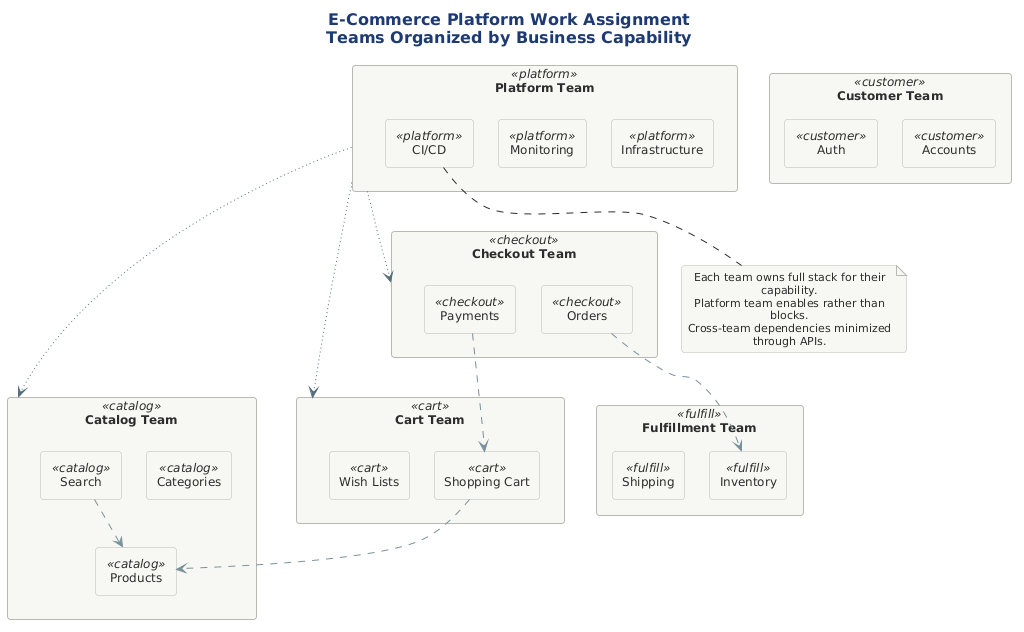
Earlier version of the PlantUML export src/architecture/views-and-beyond/style-catalogs/allocation/work-assignment-style/png/09-ecommerce-example.png (Notoriousjayy/latex-docs). Its diagram source:
```plantuml
@startuml 09-ecommerce-example
!include ../../../../../../tooling/styles/plantuml/structural/component-diagram-style.iuml

skinparam nodesep 25
skinparam ranksep 20

title <b>E-Commerce Platform Work Assignment</b>\nTeams Organized by Business Capability

rectangle "**Catalog Team**" as cat_team <<catalog>> {
    rectangle "Products" as prod <<catalog>>
    rectangle "Categories" as cat <<catalog>>
    rectangle "Search" as search <<catalog>>
}

rectangle "**Cart Team**" as cart_team <<cart>> {
    rectangle "Shopping Cart" as cart <<cart>>
    rectangle "Wish Lists" as wish <<cart>>
}

rectangle "**Checkout Team**" as check_team <<checkout>> {
    rectangle "Payments" as pay <<checkout>>
    rectangle "Orders" as ord <<checkout>>
}

rectangle "**Fulfillment Team**" as fulfill_team <<fulfill>> {
    rectangle "Inventory" as inv <<fulfill>>
    rectangle "Shipping" as ship <<fulfill>>
}

rectangle "**Customer Team**" as cust_team <<customer>> {
    rectangle "Accounts" as acct <<customer>>
    rectangle "Auth" as auth <<customer>>
}

rectangle "**Platform Team**" as plat_team <<platform>> {
    rectangle "Infrastructure" as infra <<platform>>
    rectangle "Monitoring" as mon <<platform>>
    rectangle "CI/CD" as cicd <<platform>>
}

search -[#78909C,dashed]-> prod
cart -[#78909C,dashed]-> prod
pay -[#78909C,dashed]-> cart
ord -[#78909C,dashed]-> inv

plat_team -[#546E7A,dotted]-> cat_team
plat_team -[#546E7A,dotted]-> cart_team
plat_team -[#546E7A,dotted]-> check_team

note bottom
  Each team owns full stack for their capability.
  Platform team enables rather than blocks.
  Cross-team dependencies minimized through APIs.
end note

@enduml
```
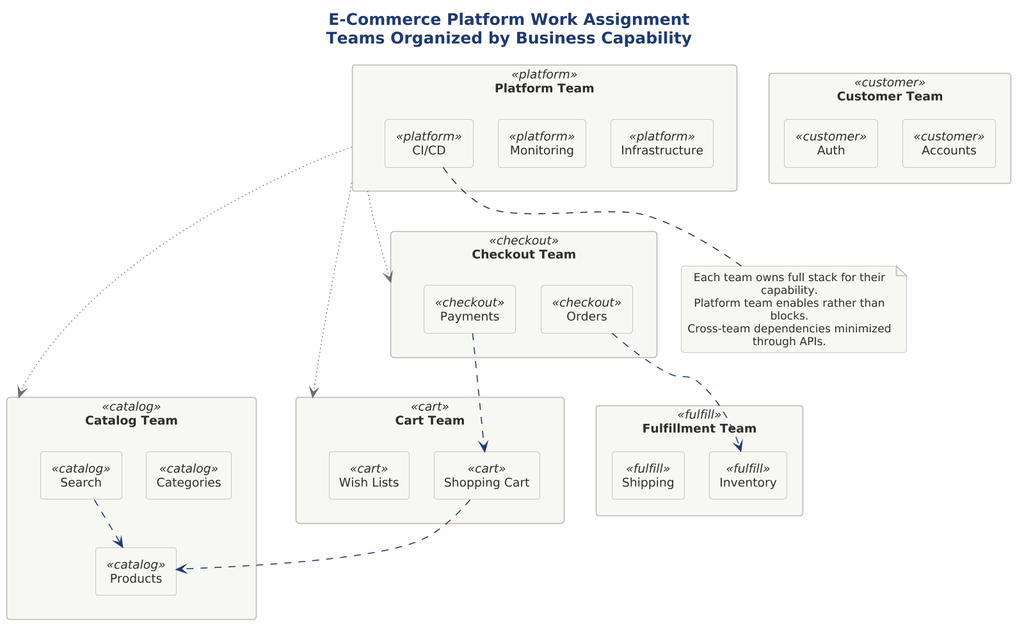
The same file after the commit.

The edit, as a diff of the source:
```diff
@@ -1,4 +1,9 @@
 @startuml 09-ecommerce-example
+
+skinparam dpi 150
+
+
+
 !include ../../../../../../tooling/styles/plantuml/structural/component-diagram-style.iuml
 
 skinparam nodesep 25
@@ -38,14 +43,14 @@
     rectangle "CI/CD" as cicd <<platform>>
 }
 
-search -[#78909C,dashed]-> prod
-cart -[#78909C,dashed]-> prod
-pay -[#78909C,dashed]-> cart
-ord -[#78909C,dashed]-> inv
+search -[$line_primary,dashed]-> prod
+cart -[$line_primary,dashed]-> prod
+pay -[$line_primary,dashed]-> cart
+ord -[$line_primary,dashed]-> inv
 
-plat_team -[#546E7A,dotted]-> cat_team
-plat_team -[#546E7A,dotted]-> cart_team
-plat_team -[#546E7A,dotted]-> check_team
+plat_team -[$line_neutral,dotted]-> cat_team
+plat_team -[$line_neutral,dotted]-> cart_team
+plat_team -[$line_neutral,dotted]-> check_team
 
 note bottom
   Each team owns full stack for their capability.
```
